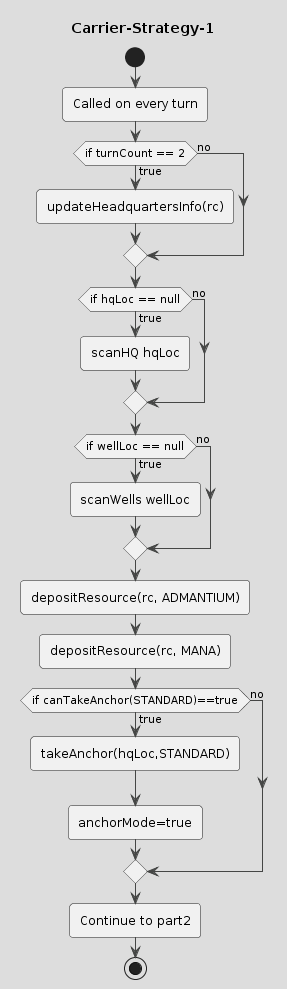
Before: drawings/Carrier-Strategy-1.png, a diagram exported from PlantUML (coding-to-music/plantuml-diagram-examples).
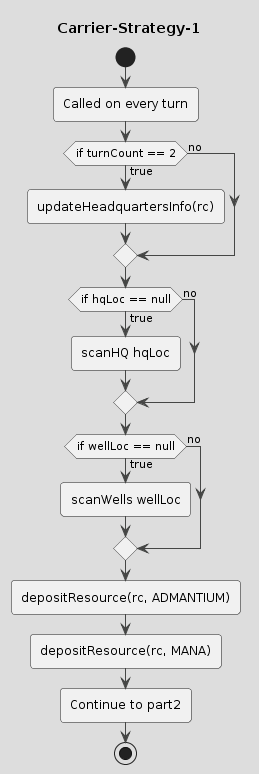
Above is the later version.

Change to the diagram source:
```diff
@@ -22,12 +22,6 @@
 
 :depositResource(rc, MANA);
 
-if (if canTakeAnchor(STANDARD)==true) then (true)
-:takeAnchor(hqLoc,STANDARD);
-:anchorMode=true;
-else (no)
-endif
-
 :Continue to part2;
 stop
 @enduml
```
